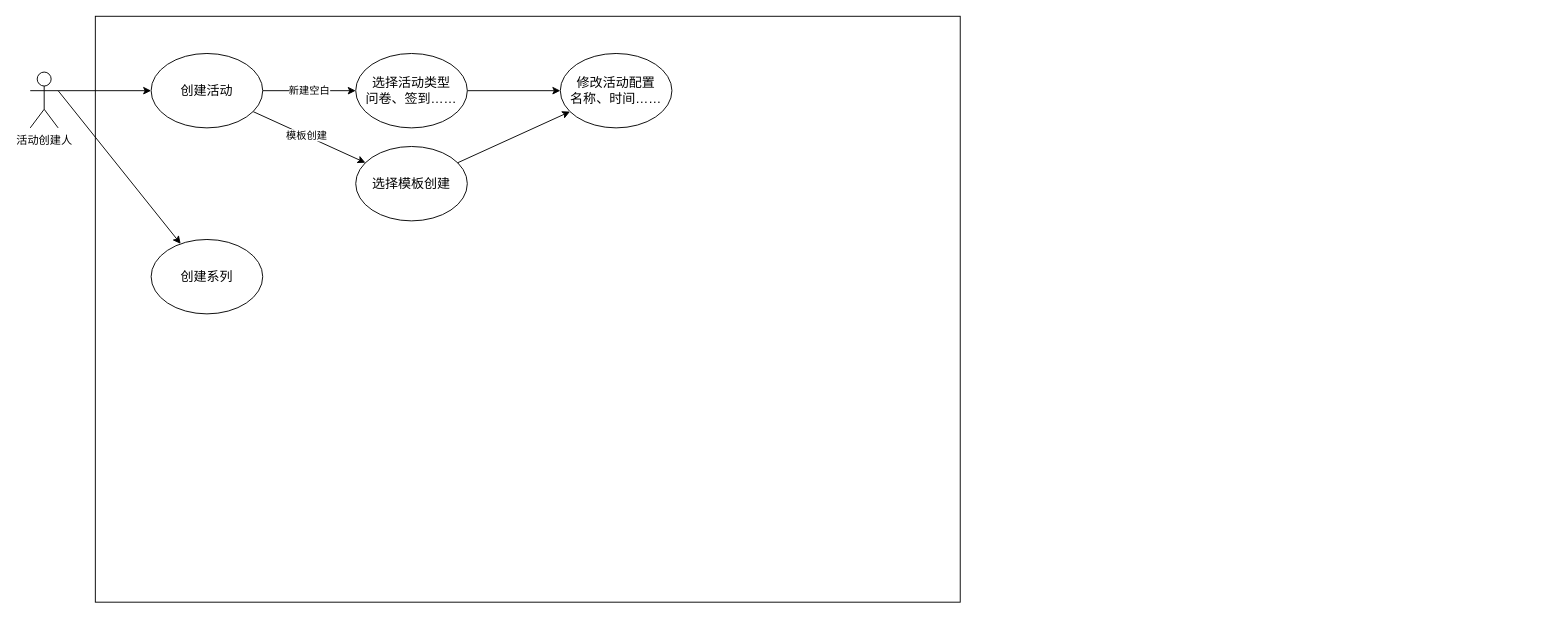
Earlier version of the draw.io diagram 场景图.drawio (zhaodada23/imge). Source tidied: cells renumbered, new cells numbered last; positions are measured from the earlier drawing's top-left corner, leaving out a move shared by most shapes. Both pictures are drawn from the tidied source at 93%, with x=0, y=0 at pixel (30, 16).
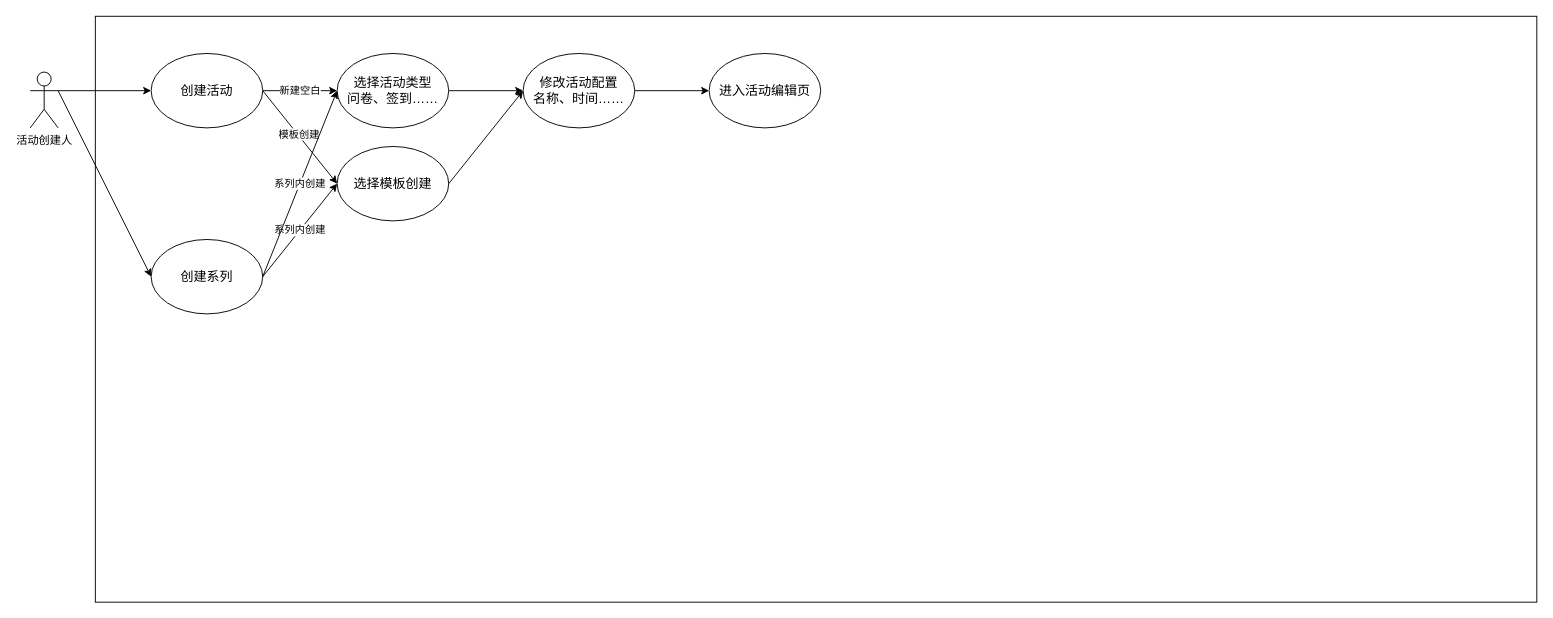
The same page after the edit.

Commit message:
更新场景图.drawio

The edit, as a diff of the source:
```diff
@@
 <mxGraphModel>
   <root>
     <mxCell id="0" />
     <mxCell id="1" parent="0" />
     <mxCell id="2" style="rounded=0;jettySize=auto;html=1;exitX=1;exitY=0.3333333333333333;exitDx=0;exitDy=0;exitPerimeter=0;" parent="1" edge="1" source="4" target="9">
       <mxGeometry relative="1" as="geometry" />
     </mxCell>
-    <mxCell id="3" style="rounded=0;jettySize=auto;html=1;exitX=1;exitY=0.3333333333333333;exitDx=0;exitDy=0;exitPerimeter=0;" parent="1" edge="1" source="4" target="13">
+    <mxCell id="3" style="rounded=0;jettySize=auto;html=1;exitX=1;exitY=0.3333333333333333;exitDx=0;exitDy=0;exitPerimeter=0;entryX=0;entryY=0.5;entryDx=0;entryDy=0;" parent="1" edge="1" source="4" target="13">
       <mxGeometry relative="1" as="geometry" />
     </mxCell>
     <mxCell id="4" value="活动创建人&lt;div&gt;&lt;br&gt;&lt;/div&gt;" style="shape=umlActor;verticalLabelPosition=bottom;verticalAlign=top;html=1;outlineConnect=0;" parent="1" vertex="1">
       <mxGeometry y="60" width="30" height="60" as="geometry" />
     </mxCell>
     <mxCell id="5" style="rounded=0;whiteSpace=wrap;html=1;fillColor=none;" parent="1" vertex="1">
-      <mxGeometry x="70" width="930" height="630" as="geometry" />
+      <mxGeometry x="70" width="1550" height="630" as="geometry" />
     </mxCell>
     <mxCell id="6" value="新建空白" style="edgeStyle=orthogonalEdgeStyle;rounded=0;jettySize=auto;html=1;" parent="1" edge="1" source="9" target="11">
       <mxGeometry relative="1" as="geometry" />
     </mxCell>
-    <mxCell id="7" style="rounded=0;jettySize=auto;html=1;" parent="1" edge="1" source="9" target="12">
+    <mxCell id="7" style="rounded=0;jettySize=auto;html=1;entryX=0;entryY=0.5;entryDx=0;entryDy=0;exitX=1;exitY=0.5;exitDx=0;exitDy=0;" parent="1" edge="1" source="9" target="12">
       <mxGeometry relative="1" as="geometry" />
     </mxCell>
     <mxCell id="8" value="模板创建" style="edgeLabel;html=1;align=center;verticalAlign=middle;" parent="7" vertex="1">
       <mxGeometry x="-0.06" y="1" relative="1" as="geometry" />
     </mxCell>
     <mxCell id="9" value="&lt;font style=&quot;font-size: 14px;&quot;&gt;创建活动&lt;/font&gt;" style="ellipse;whiteSpace=wrap;html=1;" parent="1" vertex="1">
       <mxGeometry x="130" y="40" width="120" height="80" as="geometry" />
     </mxCell>
     <mxCell id="10" style="edgeStyle=orthogonalEdgeStyle;rounded=0;jettySize=auto;html=1;" parent="1" edge="1" source="11" target="14">
       <mxGeometry relative="1" as="geometry" />
     </mxCell>
     <mxCell id="11" value="&lt;font style=&quot;font-size: 14px;&quot;&gt;选择活动类型&lt;/font&gt;&lt;div&gt;&lt;font style=&quot;font-size: 14px;&quot;&gt;问卷、签到……&lt;/font&gt;&lt;/div&gt;" style="ellipse;whiteSpace=wrap;html=1;" parent="1" vertex="1">
-      <mxGeometry x="350" y="40" width="120" height="80" as="geometry" />
+      <mxGeometry x="330" y="40" width="120" height="80" as="geometry" />
     </mxCell>
     <mxCell id="12" value="&lt;font style=&quot;font-size: 14px;&quot;&gt;选择模板创建&lt;/font&gt;" style="ellipse;whiteSpace=wrap;html=1;" parent="1" vertex="1">
-      <mxGeometry x="350" y="140" width="120" height="80" as="geometry" />
+      <mxGeometry x="330" y="140" width="120" height="80" as="geometry" />
     </mxCell>
     <mxCell id="13" value="&lt;font style=&quot;font-size: 14px;&quot;&gt;创建系列&lt;/font&gt;" style="ellipse;whiteSpace=wrap;html=1;" parent="1" vertex="1">
       <mxGeometry x="130" y="240" width="120" height="80" as="geometry" />
     </mxCell>
+    <mxCell id="16" style="edgeStyle=orthogonalEdgeStyle;rounded=0;jettySize=auto;html=1;" parent="1" edge="1" source="14" target="19">
+      <mxGeometry relative="1" as="geometry" />
+    </mxCell>
     <mxCell id="14" value="&lt;span style=&quot;font-size: 14px;&quot;&gt;修改活动配置&lt;/span&gt;&lt;div&gt;&lt;span style=&quot;font-size: 14px;&quot;&gt;名称、时间……&lt;/span&gt;&lt;/div&gt;" style="ellipse;whiteSpace=wrap;html=1;" parent="1" vertex="1">
-      <mxGeometry x="570" y="40" width="120" height="80" as="geometry" />
+      <mxGeometry x="530" y="40" width="120" height="80" as="geometry" />
     </mxCell>
-    <mxCell id="15" style="endArrow=classic;html=1;rounded=0;" parent="1" edge="1" source="12" target="14">
+    <mxCell id="15" style="endArrow=classic;html=1;rounded=0;exitX=1;exitY=0.5;exitDx=0;exitDy=0;entryX=0;entryY=0.5;entryDx=0;entryDy=0;" parent="1" edge="1" source="12" target="14">
       <mxGeometry relative="1" as="geometry" />
     </mxCell>
+    <mxCell id="17" value="系列内创建" style="endArrow=classic;html=1;rounded=0;entryX=0;entryY=0.5;entryDx=0;entryDy=0;exitX=1;exitY=0.5;exitDx=0;exitDy=0;" parent="1" edge="1" source="13" target="12">
+      <mxGeometry relative="1" as="geometry" />
+    </mxCell>
+    <mxCell id="18" value="系列内创建" style="endArrow=classic;html=1;rounded=0;exitX=1;exitY=0.5;exitDx=0;exitDy=0;entryX=0;entryY=0.5;entryDx=0;entryDy=0;" parent="1" edge="1" source="13" target="11">
+      <mxGeometry relative="1" as="geometry" />
+    </mxCell>
+    <mxCell id="19" value="&lt;span style=&quot;font-size: 14px;&quot;&gt;进入活动编辑页&lt;/span&gt;" style="ellipse;whiteSpace=wrap;html=1;" parent="1" vertex="1">
+      <mxGeometry x="730" y="40" width="120" height="80" as="geometry" />
+    </mxCell>
   </root>
 </mxGraphModel>
```
